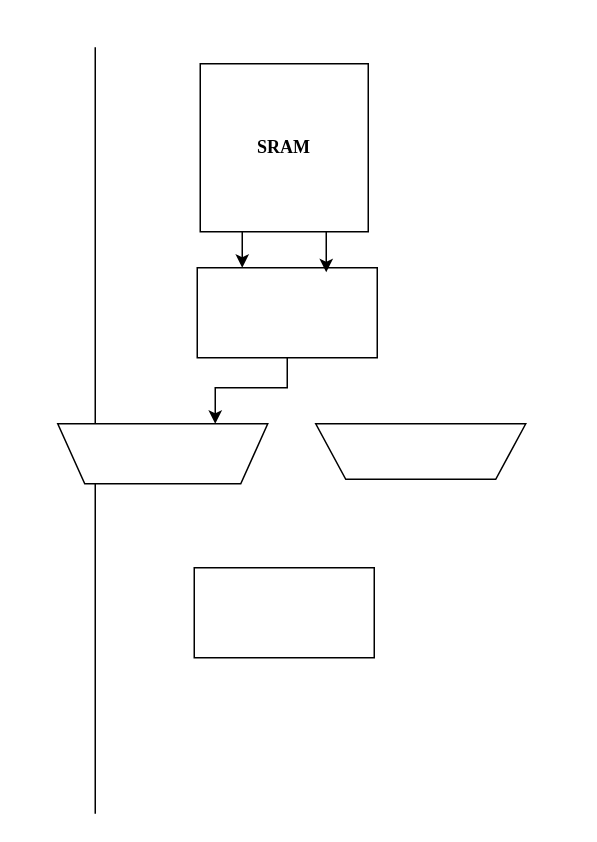
Earlier version of the draw.io diagram Untitled Diagram.drawio (ararajs/fyp). Source tidied: cells renumbered, new cells numbered last; positions are measured from the earlier drawing's top-left corner, leaving out a move shared by most shapes. Both pictures are drawn from the tidied source at 150%, with x=0, y=0 at pixel (57, 46).
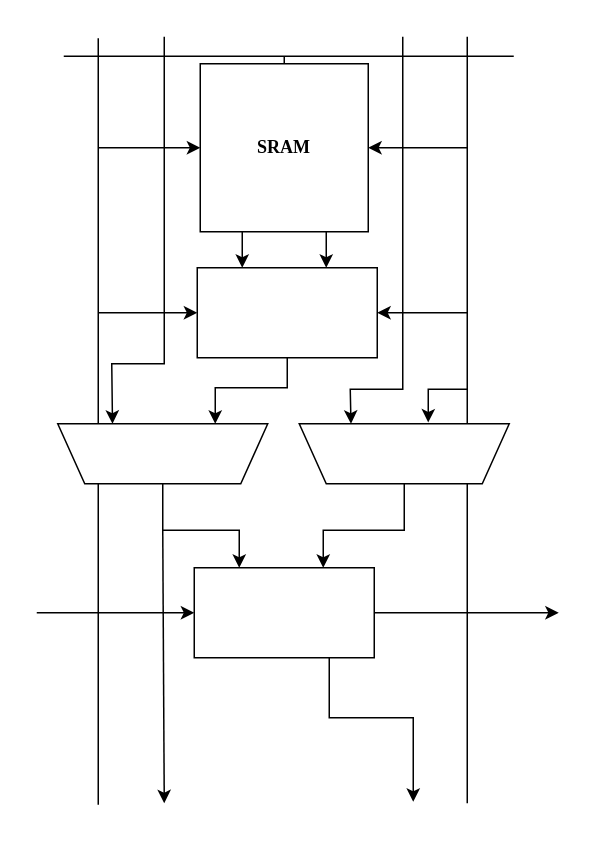
The same page after the edit.

Commit message:
Finished SRAM bitcell

Unchanged cells that the change refers to:
```xml
<mxCell id="2" value="&lt;font face=&quot;Times New Roman&quot;&gt;&lt;b&gt;SRAM&lt;/b&gt;&lt;/font&gt;" style="whiteSpace=wrap;html=1;" parent="1" vertex="1">
  <mxGeometry x="95" y="11" width="112" height="112" as="geometry" />
</mxCell>
<mxCell id="3" style="rounded=0;whiteSpace=wrap;html=1;fontFamily=Times New Roman;" parent="1" vertex="1">
  <mxGeometry x="93" y="147" width="120" height="60" as="geometry" />
</mxCell>
<mxCell id="5" style="rounded=0;whiteSpace=wrap;html=1;fontFamily=Times New Roman;" parent="1" vertex="1">
  <mxGeometry x="91" y="347" width="120" height="60" as="geometry" />
</mxCell>
<mxCell id="9" style="shape=trapezoid;perimeter=trapezoidPerimeter;whiteSpace=wrap;html=1;fixedSize=1;fontFamily=Times New Roman;rotation=-180;size=18;" parent="1" vertex="1">
  <mxGeometry y="251" width="140" height="40" as="geometry" />
</mxCell>
```

The edit, as a diff of the source:
```diff
@@
+    <mxCell id="11" style="endArrow=none;html=1;rounded=0;" parent="1" edge="1">
+      <mxGeometry relative="1" as="geometry">
+        <mxPoint x="4" y="6" as="sourcePoint" />
+        <mxPoint x="304" y="6" as="targetPoint" />
+      </mxGeometry>
+    </mxCell>
@@
-    <mxCell id="4" style="shape=trapezoid;perimeter=trapezoidPerimeter;whiteSpace=wrap;html=1;fixedSize=1;fontFamily=Times New Roman;rotation=-180;" parent="1" vertex="1">
-      <mxGeometry x="172" y="251" width="140" height="37" as="geometry" />
-    </mxCell>
@@
     <mxCell id="7" style="endArrow=classic;html=1;rounded=0;fontFamily=Times New Roman;exitX=0.75;exitY=1;exitDx=0;exitDy=0;" parent="1" edge="1" source="2">
       <mxGeometry relative="1" as="geometry">
-        <mxPoint x="179" y="150" as="targetPoint" />
+        <mxPoint x="179" y="147" as="targetPoint" />
       </mxGeometry>
     </mxCell>
     <mxCell id="8" style="endArrow=none;html=1;rounded=0;fontFamily=Times New Roman;" parent="1" edge="1">
       <mxGeometry relative="1" as="geometry">
-        <mxPoint x="25" y="511" as="sourcePoint" />
-        <mxPoint x="25" as="targetPoint" />
+        <mxPoint x="27" y="505" as="sourcePoint" />
+        <mxPoint x="27" y="-6" as="targetPoint" />
       </mxGeometry>
     </mxCell>
+    <mxCell id="12" style="endArrow=none;html=1;rounded=0;fontFamily=Times New Roman;" parent="1" edge="1">
+      <mxGeometry relative="1" as="geometry">
+        <mxPoint x="273" y="504" as="sourcePoint" />
+        <mxPoint x="273" y="-7" as="targetPoint" />
+      </mxGeometry>
+    </mxCell>
@@
+    <mxCell id="13" style="endArrow=classic;html=1;rounded=0;entryX=0;entryY=0.5;entryDx=0;entryDy=0;" parent="1" edge="1" target="5">
+      <mxGeometry relative="1" as="geometry">
+        <mxPoint x="-14" y="377" as="sourcePoint" />
+      </mxGeometry>
+    </mxCell>
+    <mxCell id="14" style="endArrow=classic;html=1;rounded=0;exitX=0.5;exitY=0;exitDx=0;exitDy=0;entryX=0.25;entryY=0;entryDx=0;entryDy=0;" parent="1" edge="1" source="9" target="5">
+      <mxGeometry relative="1" as="geometry">
+        <Array as="points">
+          <mxPoint x="70" y="322" />
+          <mxPoint x="121" y="322" />
+        </Array>
+      </mxGeometry>
+    </mxCell>
+    <mxCell id="15" style="endArrow=classic;html=1;rounded=0;exitX=0.5;exitY=0;exitDx=0;exitDy=0;entryX=0.25;entryY=0;entryDx=0;entryDy=0;" parent="1" edge="1" source="16">
+      <mxGeometry relative="1" as="geometry">
+        <mxPoint x="177" y="347" as="targetPoint" />
+        <Array as="points">
+          <mxPoint x="231" y="322" />
+          <mxPoint x="177" y="322" />
+        </Array>
+      </mxGeometry>
+    </mxCell>
+    <mxCell id="16" style="shape=trapezoid;perimeter=trapezoidPerimeter;whiteSpace=wrap;html=1;fixedSize=1;fontFamily=Times New Roman;rotation=-180;size=18;" parent="1" vertex="1">
+      <mxGeometry x="161" y="251" width="140" height="40" as="geometry" />
+    </mxCell>
+    <mxCell id="17" style="endArrow=classic;html=1;rounded=0;entryX=0.386;entryY=1.022;entryDx=0;entryDy=0;entryPerimeter=0;" parent="1" edge="1" target="16">
+      <mxGeometry relative="1" as="geometry">
+        <mxPoint x="273" y="228" as="sourcePoint" />
+        <Array as="points">
+          <mxPoint x="247" y="228" />
+          <mxPoint x="247" y="245" />
+        </Array>
+      </mxGeometry>
+    </mxCell>
+    <mxCell id="18" style="endArrow=classic;html=1;rounded=0;entryX=0;entryY=0.5;entryDx=0;entryDy=0;" parent="1" edge="1" target="2">
+      <mxGeometry relative="1" as="geometry">
+        <mxPoint x="27" y="67" as="sourcePoint" />
+      </mxGeometry>
+    </mxCell>
+    <mxCell id="19" style="endArrow=classic;html=1;rounded=0;entryX=1;entryY=0.5;entryDx=0;entryDy=0;" parent="1" edge="1" target="2">
+      <mxGeometry relative="1" as="geometry">
+        <mxPoint x="273" y="67" as="sourcePoint" />
+      </mxGeometry>
+    </mxCell>
+    <mxCell id="20" style="endArrow=classic;html=1;rounded=0;entryX=0;entryY=0.5;entryDx=0;entryDy=0;" parent="1" edge="1" target="3">
+      <mxGeometry relative="1" as="geometry">
+        <mxPoint x="27" y="177" as="sourcePoint" />
+      </mxGeometry>
+    </mxCell>
+    <mxCell id="21" style="endArrow=classic;html=1;rounded=0;entryX=1;entryY=0.5;entryDx=0;entryDy=0;" parent="1" edge="1" target="3">
+      <mxGeometry relative="1" as="geometry">
+        <mxPoint x="273" y="177" as="sourcePoint" />
+      </mxGeometry>
+    </mxCell>
+    <mxCell id="22" style="endArrow=classic;html=1;rounded=0;" parent="1" edge="1">
+      <mxGeometry relative="1" as="geometry">
+        <mxPoint x="70" y="322" as="sourcePoint" />
+        <mxPoint x="71" y="504" as="targetPoint" />
+      </mxGeometry>
+    </mxCell>
+    <mxCell id="23" style="endArrow=classic;html=1;rounded=0;exitX=0.75;exitY=1;exitDx=0;exitDy=0;" parent="1" edge="1" source="5">
+      <mxGeometry relative="1" as="geometry">
+        <mxPoint x="237" y="503" as="targetPoint" />
+        <Array as="points">
+          <mxPoint x="181" y="447" />
+          <mxPoint x="237" y="447" />
+        </Array>
+      </mxGeometry>
+    </mxCell>
+    <mxCell id="24" style="endArrow=classic;html=1;rounded=0;exitX=1;exitY=0.5;exitDx=0;exitDy=0;" parent="1" edge="1" source="5">
+      <mxGeometry relative="1" as="geometry">
+        <mxPoint x="334" y="377" as="targetPoint" />
+      </mxGeometry>
+    </mxCell>
+    <mxCell id="25" style="endArrow=none;html=1;rounded=0;entryX=0.5;entryY=0;entryDx=0;entryDy=0;" parent="1" edge="1" target="2">
+      <mxGeometry relative="1" as="geometry">
+        <mxPoint x="151" y="6" as="sourcePoint" />
+      </mxGeometry>
+    </mxCell>
+    <mxCell id="26" style="endArrow=classic;html=1;rounded=0;" parent="1" edge="1">
+      <mxGeometry relative="1" as="geometry">
+        <mxPoint x="71" y="-7" as="sourcePoint" />
+        <mxPoint x="36.5" y="251" as="targetPoint" />
+        <Array as="points">
+          <mxPoint x="71" y="211" />
+          <mxPoint x="36" y="211" />
+        </Array>
+      </mxGeometry>
+    </mxCell>
+    <mxCell id="27" style="endArrow=classic;html=1;rounded=0;" parent="1" edge="1">
+      <mxGeometry relative="1" as="geometry">
+        <mxPoint x="230" y="-7" as="sourcePoint" />
+        <mxPoint x="195.5" y="251" as="targetPoint" />
+        <Array as="points">
+          <mxPoint x="230" y="228" />
+          <mxPoint x="195" y="228" />
+        </Array>
+      </mxGeometry>
+    </mxCell>
```
